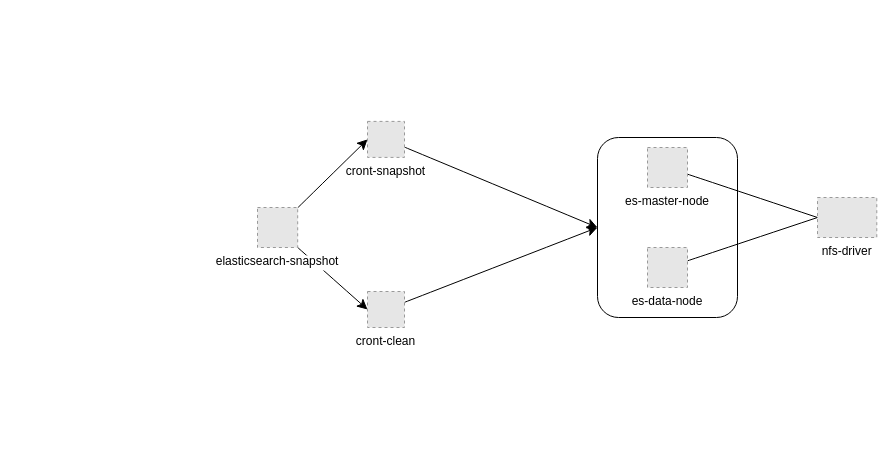
This is snapshot-elasticsearch.drawio from khinhvuphiduong/diagrams.net, a draw.io file, before an edit. Source tidied: cells renumbered, new cells numbered last; positions are measured from the earlier drawing's top-left corner, leaving out a move shared by most shapes. Both pictures are drawn from the tidied source at 100%, with x=0, y=0 at pixel (257, 121). Pictures stored in the file or linked from it are replaced by grey dashed boxes.
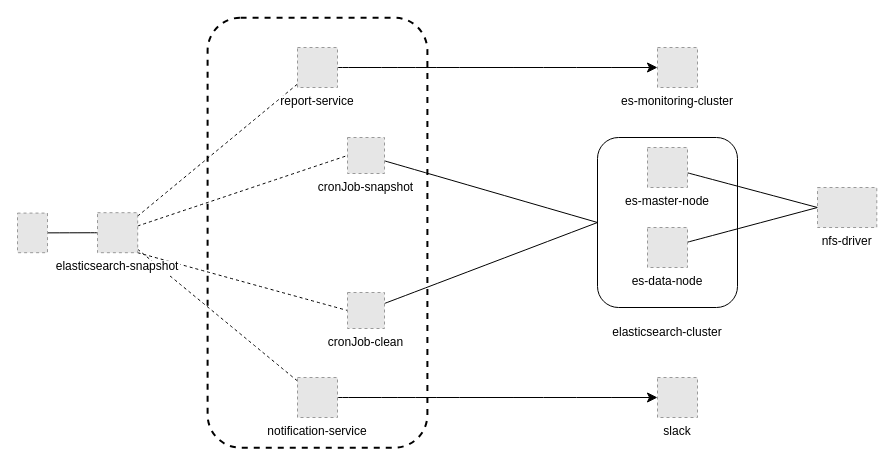
After the change.

Diff of the diagram source:
```diff
@@
+    <mxCell id="15" style="rounded=1;whiteSpace=wrap;html=1;strokeColor=default;fillColor=none;dashed=1;strokeWidth=2;" parent="1" vertex="1">
+      <mxGeometry x="-49.9" y="-103.8" width="219.8" height="430" as="geometry" />
+    </mxCell>
     <mxCell id="2" style="rounded=1;whiteSpace=wrap;html=1;fillColor=none;" parent="1" vertex="1">
-      <mxGeometry x="340" y="16" width="140" height="180" as="geometry" />
+      <mxGeometry x="340" y="16" width="140" height="170" as="geometry" />
     </mxCell>
-    <mxCell id="3" style="edgeStyle=none;curved=1;rounded=0;jettySize=auto;html=1;entryX=0;entryY=0.5;entryDx=0;entryDy=0;fontSize=12;startSize=8;endSize=8;" parent="1" edge="1" source="5" target="12">
+    <mxCell id="3" style="edgeStyle=none;curved=1;rounded=0;jettySize=auto;html=1;entryX=0;entryY=0.5;entryDx=0;entryDy=0;fontSize=12;startSize=8;endSize=8;endArrow=none;endFill=0;dashed=1;" parent="1" edge="1" source="5" target="12">
       <mxGeometry relative="1" as="geometry" />
     </mxCell>
-    <mxCell id="4" style="edgeStyle=none;curved=1;rounded=0;jettySize=auto;html=1;exitX=1;exitY=1;exitDx=0;exitDy=0;entryX=0;entryY=0.5;entryDx=0;entryDy=0;fontSize=12;startSize=8;endSize=8;" parent="1" edge="1" source="5" target="14">
+    <mxCell id="4" style="edgeStyle=none;curved=1;rounded=0;jettySize=auto;html=1;exitX=1;exitY=1;exitDx=0;exitDy=0;entryX=0;entryY=0.5;entryDx=0;entryDy=0;fontSize=12;startSize=8;endSize=8;endArrow=none;endFill=0;dashed=1;" parent="1" edge="1" source="5" target="14">
       <mxGeometry relative="1" as="geometry" />
     </mxCell>
+    <mxCell id="16" style="edgeStyle=none;curved=1;rounded=0;jettySize=auto;html=1;fontSize=12;startSize=8;endSize=8;endArrow=none;endFill=0;" parent="1" edge="1" source="5" target="19">
+      <mxGeometry relative="1" as="geometry" />
+    </mxCell>
+    <mxCell id="17" style="edgeStyle=none;curved=1;rounded=0;jettySize=auto;html=1;fontSize=12;startSize=8;endSize=8;endArrow=none;endFill=0;dashed=1;" parent="1" edge="1" source="5" target="23">
+      <mxGeometry relative="1" as="geometry" />
+    </mxCell>
+    <mxCell id="18" style="edgeStyle=none;curved=1;rounded=0;jettySize=auto;html=1;fontSize=12;startSize=8;endSize=8;endArrow=none;endFill=0;dashed=1;" parent="1" edge="1" source="5" target="25">
+      <mxGeometry relative="1" as="geometry" />
+    </mxCell>
     <mxCell id="5" value="elasticsearch-snapshot" style="fillColor=#E6E6E6;strokeColor=#999999;dashed=1;verticalLabelPosition=bottom;labelBackgroundColor=default;verticalAlign=top;" parent="1" vertex="1">
-      <mxGeometry y="86" width="40.2" height="40" as="geometry" />
+      <mxGeometry x="-160" y="91.2" width="40.2" height="40" as="geometry" />
     </mxCell>
@@
     <mxCell id="7" value="es-data-node" style="fillColor=#E6E6E6;strokeColor=#999999;dashed=1;verticalLabelPosition=bottom;labelBackgroundColor=default;verticalAlign=top;" parent="1" vertex="1">
-      <mxGeometry x="390" y="126" width="40" height="40" as="geometry" />
+      <mxGeometry x="390" y="106" width="40" height="40" as="geometry" />
     </mxCell>
@@
     <mxCell id="10" value="nfs-driver" style="fillColor=#E6E6E6;strokeColor=#999999;dashed=1;verticalLabelPosition=bottom;labelBackgroundColor=default;verticalAlign=top;" parent="1" vertex="1">
-      <mxGeometry x="560" y="76" width="59.3" height="40" as="geometry" />
+      <mxGeometry x="560" y="66" width="59.3" height="40" as="geometry" />
     </mxCell>
-    <mxCell id="11" style="edgeStyle=none;curved=1;rounded=0;jettySize=auto;html=1;entryX=0;entryY=0.5;entryDx=0;entryDy=0;fontSize=12;startSize=8;endSize=8;" parent="1" edge="1" source="12" target="2">
+    <mxCell id="11" style="edgeStyle=none;curved=1;rounded=0;jettySize=auto;html=1;entryX=0;entryY=0.5;entryDx=0;entryDy=0;fontSize=12;startSize=8;endSize=8;endArrow=none;endFill=0;" parent="1" edge="1" source="12" target="2">
       <mxGeometry relative="1" as="geometry" />
     </mxCell>
-    <mxCell id="12" value="cront-snapshot" style="fillColor=#E6E6E6;strokeColor=#999999;dashed=1;verticalLabelPosition=bottom;labelBackgroundColor=default;verticalAlign=top;" parent="1" vertex="1">
-      <mxGeometry x="110" y="-0.1" width="37" height="36" as="geometry" />
+    <mxCell id="12" value="cronJob-snapshot" style="fillColor=#E6E6E6;strokeColor=#999999;dashed=1;verticalLabelPosition=bottom;labelBackgroundColor=default;verticalAlign=top;" parent="1" vertex="1">
+      <mxGeometry x="90" y="16" width="37" height="36" as="geometry" />
     </mxCell>
-    <mxCell id="13" style="edgeStyle=none;curved=1;rounded=0;jettySize=auto;html=1;entryX=0;entryY=0.5;entryDx=0;entryDy=0;fontSize=12;startSize=8;endSize=8;" parent="1" edge="1" source="14" target="2">
+    <mxCell id="13" style="edgeStyle=none;curved=1;rounded=0;jettySize=auto;html=1;entryX=0;entryY=0.5;entryDx=0;entryDy=0;fontSize=12;startSize=8;endSize=8;endArrow=none;endFill=0;" parent="1" edge="1" source="14" target="2">
       <mxGeometry relative="1" as="geometry" />
     </mxCell>
-    <mxCell id="14" value="cront-clean" style="fillColor=#E6E6E6;strokeColor=#999999;dashed=1;verticalLabelPosition=bottom;labelBackgroundColor=default;verticalAlign=top;" parent="1" vertex="1">
-      <mxGeometry x="110" y="170" width="37" height="36" as="geometry" />
+    <mxCell id="14" value="cronJob-clean" style="fillColor=#E6E6E6;strokeColor=#999999;dashed=1;verticalLabelPosition=bottom;labelBackgroundColor=default;verticalAlign=top;" parent="1" vertex="1">
+      <mxGeometry x="90" y="171" width="37" height="36" as="geometry" />
     </mxCell>
+    <mxCell id="19" style="fillColor=#E6E6E6;strokeColor=#999999;dashed=1;verticalLabelPosition=bottom;labelBackgroundColor=default;verticalAlign=top;" parent="1" vertex="1">
+      <mxGeometry x="-240" y="91.6" width="30" height="39.6" as="geometry" />
+    </mxCell>
+    <mxCell id="20" value="es-monitoring-cluster" style="fillColor=#E6E6E6;strokeColor=#999999;dashed=1;verticalLabelPosition=bottom;labelBackgroundColor=default;verticalAlign=top;" parent="1" vertex="1">
+      <mxGeometry x="400" y="-74" width="40" height="40" as="geometry" />
+    </mxCell>
+    <mxCell id="21" value="slack" style="fillColor=#E6E6E6;strokeColor=#999999;dashed=1;verticalLabelPosition=bottom;labelBackgroundColor=default;verticalAlign=top;" parent="1" vertex="1">
+      <mxGeometry x="400" y="256" width="40" height="40" as="geometry" />
+    </mxCell>
+    <mxCell id="22" style="edgeStyle=none;curved=1;rounded=0;jettySize=auto;html=1;fontSize=12;startSize=8;endSize=8;" parent="1" edge="1" source="23" target="21">
+      <mxGeometry relative="1" as="geometry" />
+    </mxCell>
+    <mxCell id="23" value="notification-service" style="fillColor=#E6E6E6;strokeColor=#999999;dashed=1;verticalLabelPosition=bottom;labelBackgroundColor=default;verticalAlign=top;" parent="1" vertex="1">
+      <mxGeometry x="40" y="256" width="40" height="40" as="geometry" />
+    </mxCell>
+    <mxCell id="24" style="edgeStyle=none;curved=1;rounded=0;jettySize=auto;html=1;fontSize=12;startSize=8;endSize=8;" parent="1" edge="1" source="25" target="20">
+      <mxGeometry relative="1" as="geometry" />
+    </mxCell>
+    <mxCell id="25" value="report-service" style="fillColor=#E6E6E6;strokeColor=#999999;dashed=1;verticalLabelPosition=bottom;labelBackgroundColor=default;verticalAlign=top;" parent="1" vertex="1">
+      <mxGeometry x="40" y="-74" width="40" height="40" as="geometry" />
+    </mxCell>
+    <mxCell id="26" value="elasticsearch-cluster" style="text;html=1;align=center;verticalAlign=middle;whiteSpace=wrap;rounded=0;fontSize=12;" parent="1" vertex="1">
+      <mxGeometry x="350" y="196" width="120" height="30" as="geometry" />
+    </mxCell>
```
